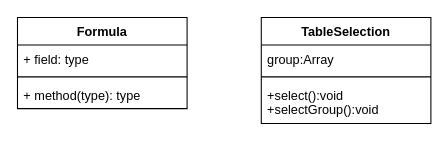
Above: page "cell selection" (4 of 4) of src/assets/raw design/UI-design.drawio in oybek703/excel-sheets (draw.io), before the change. Source tidied: cells renumbered, new cells numbered last; positions are measured from the earlier drawing's top-left corner, leaving out a move shared by most shapes. Both pictures are drawn from the tidied source at 106%, with x=0, y=0 at pixel (17, 17).
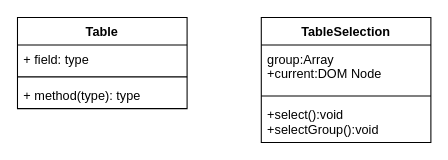
The same diagram, later.

Diff of the diagram source:
```diff
@@
 <mxGraphModel>
   <root>
     <mxCell id="0" />
     <mxCell id="1" parent="0" />
     <mxCell id="2" value="TableSelection" style="swimlane;fontStyle=1;align=center;verticalAlign=top;horizontal=1;startSize=26;" parent="1" vertex="1">
-      <mxGeometry x="230" width="160" height="100" as="geometry" />
+      <mxGeometry x="230" width="160" height="118" as="geometry" />
     </mxCell>
-    <mxCell id="3" value="group:Array" style="text;strokeColor=none;fillColor=none;align=left;verticalAlign=top;spacingLeft=4;spacingRight=4;overflow=hidden;" parent="2" vertex="1">
-      <mxGeometry y="26" width="160" height="26" as="geometry" />
+    <mxCell id="3" value="group:Array&#10;+current:DOM Node" style="text;strokeColor=none;fillColor=none;align=left;verticalAlign=top;spacingLeft=4;spacingRight=4;overflow=hidden;" parent="2" vertex="1">
+      <mxGeometry y="26" width="160" height="44" as="geometry" />
     </mxCell>
     <mxCell id="4" style="line;strokeWidth=1;fillColor=none;align=left;verticalAlign=middle;spacingTop=-1;spacingLeft=3;spacingRight=3;labelPosition=right;" parent="2" vertex="1">
-      <mxGeometry y="52" width="160" height="8" as="geometry" />
+      <mxGeometry y="70" width="160" height="8" as="geometry" />
     </mxCell>
     <mxCell id="5" value="+select():void&#10;+selectGroup():void" style="text;strokeColor=none;fillColor=none;align=left;verticalAlign=top;spacingLeft=4;spacingRight=4;overflow=hidden;" parent="2" vertex="1">
-      <mxGeometry y="60" width="160" height="40" as="geometry" />
+      <mxGeometry y="78" width="160" height="40" as="geometry" />
     </mxCell>
-    <mxCell id="6" value="Formula" style="swimlane;fontStyle=1;align=center;verticalAlign=top;horizontal=1;startSize=26;" parent="1" vertex="1">
+    <mxCell id="6" value="Table" style="swimlane;fontStyle=1;align=center;verticalAlign=top;horizontal=1;startSize=26;" parent="1" vertex="1">
       <mxGeometry width="160" height="86" as="geometry" />
     </mxCell>
     <mxCell id="7" value="+ field: type" style="text;strokeColor=none;fillColor=none;align=left;verticalAlign=top;spacingLeft=4;spacingRight=4;overflow=hidden;" parent="6" vertex="1">
       <mxGeometry y="26" width="160" height="26" as="geometry" />
     </mxCell>
     <mxCell id="8" style="line;strokeWidth=1;fillColor=none;align=left;verticalAlign=middle;spacingTop=-1;spacingLeft=3;spacingRight=3;labelPosition=right;" parent="6" vertex="1">
       <mxGeometry y="52" width="160" height="8" as="geometry" />
     </mxCell>
     <mxCell id="9" value="+ method(type): type" style="text;strokeColor=none;fillColor=none;align=left;verticalAlign=top;spacingLeft=4;spacingRight=4;overflow=hidden;" parent="6" vertex="1">
       <mxGeometry y="60" width="160" height="26" as="geometry" />
     </mxCell>
   </root>
 </mxGraphModel>
```
